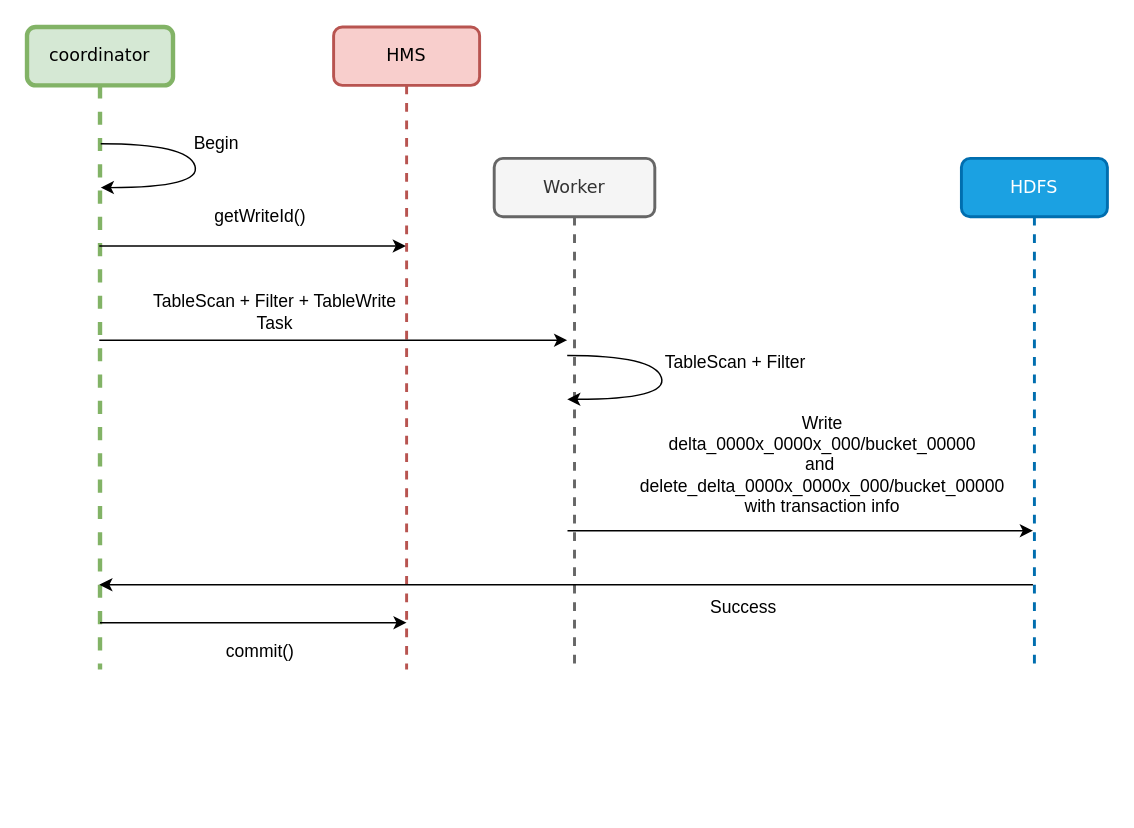
vinayakumarb/myrepo keeps this draw.io diagram as Untitled Diagram.drawio. Above is the earlier version. Source tidied: cells renumbered, new cells numbered last; positions are measured from the earlier drawing's top-left corner, leaving out a move shared by most shapes. Both pictures are drawn from the tidied source at 146%, with x=0, y=0 at pixel (26, 26).
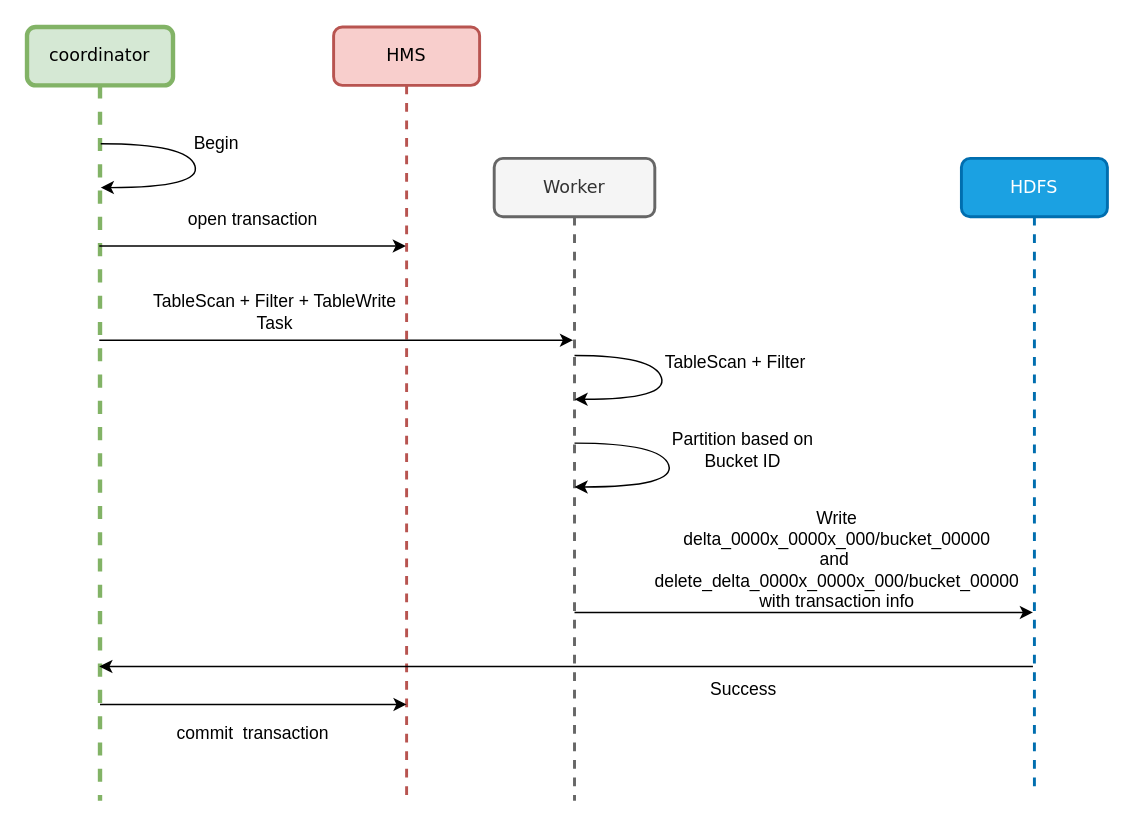
The same page after the edit.

Diff of the diagram source:
```diff
@@
     <mxCell id="2" value="HMS" style="shape=umlLifeline;perimeter=lifelinePerimeter;whiteSpace=wrap;html=1;rounded=1;shadow=0;comic=0;labelBackgroundColor=none;strokeWidth=2;fontFamily=Verdana;fontSize=12;align=center;fillColor=#f8cecc;strokeColor=#b85450;" parent="1" vertex="1">
-      <mxGeometry x="210" width="100" height="440" as="geometry" />
+      <mxGeometry x="210" width="100" height="530" as="geometry" />
     </mxCell>
     <mxCell id="3" value="Worker" style="shape=umlLifeline;perimeter=lifelinePerimeter;whiteSpace=wrap;html=1;outlineConnect=0;rounded=1;shadow=0;comic=0;labelBackgroundColor=none;strokeWidth=2;fontFamily=Verdana;fontSize=12;align=center;fillColor=#f5f5f5;strokeColor=#666666;fontColor=#333333;" parent="1" vertex="1">
-      <mxGeometry x="320" y="90" width="110" height="350" as="geometry" />
+      <mxGeometry x="320" y="90" width="110" height="440" as="geometry" />
     </mxCell>
     <mxCell id="4" value="HDFS" style="shape=umlLifeline;perimeter=lifelinePerimeter;whiteSpace=wrap;html=1;rounded=1;shadow=0;comic=0;labelBackgroundColor=none;strokeWidth=2;fontFamily=Verdana;fontSize=12;align=center;fillColor=#1ba1e2;strokeColor=#006EAF;fontColor=#ffffff;" parent="1" vertex="1">
-      <mxGeometry x="640" y="90" width="100" height="350" as="geometry" />
+      <mxGeometry x="640" y="90" width="100" height="430" as="geometry" />
     </mxCell>
     <mxCell id="5" value="coordinator" style="shape=umlLifeline;perimeter=lifelinePerimeter;whiteSpace=wrap;html=1;outlineConnect=0;rounded=1;shadow=0;comic=0;labelBackgroundColor=none;strokeWidth=3;fontFamily=Verdana;fontSize=12;align=center;fillColor=#d5e8d4;strokeColor=#82b366;glass=0;" parent="1" vertex="1">
-      <mxGeometry width="100" height="440" as="geometry" />
+      <mxGeometry width="100" height="530" as="geometry" />
     </mxCell>
@@
-    <mxCell id="9" value="getWriteId()" style="text;html=1;strokeColor=none;fillColor=none;align=center;verticalAlign=middle;whiteSpace=wrap;rounded=0;" parent="1" vertex="1">
-      <mxGeometry x="140" y="120" width="40" height="20" as="geometry" />
+    <mxCell id="9" value="open transaction" style="text;html=1;strokeColor=none;fillColor=none;align=center;verticalAlign=middle;whiteSpace=wrap;rounded=0;" parent="1" vertex="1">
+      <mxGeometry x="100" y="122" width="110" height="20" as="geometry" />
     </mxCell>
@@
-    <mxCell id="11" style="endArrow=classic;html=1;" parent="1" edge="1">
+    <mxCell id="11" style="endArrow=classic;html=1;" parent="1" edge="1" target="3">
       <mxGeometry relative="1" as="geometry">
         <mxPoint x="49.5" y="214.5" as="sourcePoint" />
-        <mxPoint x="370" y="214.5" as="targetPoint" />
       </mxGeometry>
     </mxCell>
     <mxCell id="12" style="endArrow=classic;html=1;" parent="1" edge="1">
       <mxGeometry relative="1" as="geometry">
-        <mxPoint x="370.2" y="345" as="sourcePoint" />
-        <mxPoint x="689" y="345" as="targetPoint" />
+        <mxPoint x="375" y="401" as="sourcePoint" />
+        <mxPoint x="689" y="401" as="targetPoint" />
       </mxGeometry>
     </mxCell>
     <mxCell id="13" value="Write &lt;br&gt;delta_0000x_0000x_000/bucket_00000&lt;br&gt;and&amp;nbsp;&lt;br&gt;delete_delta_0000x_0000x_000/bucket_00000&lt;br&gt;with transaction info" style="text;html=1;strokeColor=none;fillColor=none;align=center;verticalAlign=middle;whiteSpace=wrap;rounded=0;" parent="1" vertex="1">
-      <mxGeometry x="420" y="255" width="250" height="90" as="geometry" />
+      <mxGeometry x="430" y="320" width="250" height="90" as="geometry" />
     </mxCell>
     <mxCell id="14" style="endArrow=classic;html=1;" parent="1" edge="1">
       <mxGeometry relative="1" as="geometry">
-        <mxPoint x="689" y="382" as="sourcePoint" />
-        <mxPoint x="49.5" y="382" as="targetPoint" />
+        <mxPoint x="689" y="438" as="sourcePoint" />
+        <mxPoint x="49.5" y="438" as="targetPoint" />
         <Array as="points">
-          <mxPoint x="470" y="382" />
+          <mxPoint x="470" y="438" />
         </Array>
       </mxGeometry>
     </mxCell>
     <mxCell id="15" style="endArrow=classic;html=1;" parent="1" edge="1">
       <mxGeometry relative="1" as="geometry">
-        <mxPoint x="50" y="408" as="sourcePoint" />
-        <mxPoint x="260" y="408" as="targetPoint" />
+        <mxPoint x="50" y="464" as="sourcePoint" />
+        <mxPoint x="260" y="464" as="targetPoint" />
       </mxGeometry>
     </mxCell>
-    <mxCell id="16" value="commit()" style="text;html=1;strokeColor=none;fillColor=none;align=center;verticalAlign=middle;whiteSpace=wrap;rounded=0;" parent="1" vertex="1">
-      <mxGeometry x="140" y="418" width="40" height="20" as="geometry" />
+    <mxCell id="16" value="commit&amp;nbsp; transaction" style="text;html=1;strokeColor=none;fillColor=none;align=center;verticalAlign=middle;whiteSpace=wrap;rounded=0;" parent="1" vertex="1">
+      <mxGeometry x="90" y="474" width="130" height="20" as="geometry" />
     </mxCell>
     <mxCell id="17" value="Success" style="text;html=1;strokeColor=none;fillColor=none;align=center;verticalAlign=middle;whiteSpace=wrap;rounded=0;" parent="1" vertex="1">
-      <mxGeometry x="450.8" y="388" width="80" height="20" as="geometry" />
+      <mxGeometry x="450.8" y="444" width="80" height="20" as="geometry" />
     </mxCell>
@@
-    <mxCell id="19" style="curved=1;endArrow=classic;html=1;" parent="1" edge="1">
+    <mxCell id="19" style="curved=1;endArrow=classic;html=1;" parent="1" edge="1" source="3" target="3">
       <mxGeometry relative="1" as="geometry">
-        <mxPoint x="370" y="225" as="sourcePoint" />
-        <mxPoint x="370" y="255" as="targetPoint" />
         <Array as="points">
           <mxPoint x="429.5" y="225" />
           <mxPoint x="439.5" y="255" />
         </Array>
       </mxGeometry>
     </mxCell>
+    <mxCell id="20" value="Partition based on Bucket ID" style="text;html=1;strokeColor=none;fillColor=none;align=center;verticalAlign=middle;whiteSpace=wrap;rounded=0;" parent="1" vertex="1">
+      <mxGeometry x="435" y="280" width="110.5" height="20" as="geometry" />
+    </mxCell>
+    <mxCell id="21" style="curved=1;endArrow=classic;html=1;" parent="1" edge="1" source="3" target="3">
+      <mxGeometry relative="1" as="geometry">
+        <Array as="points">
+          <mxPoint x="434.5" y="285" />
+          <mxPoint x="444.5" y="315" />
+        </Array>
+      </mxGeometry>
+    </mxCell>
```
